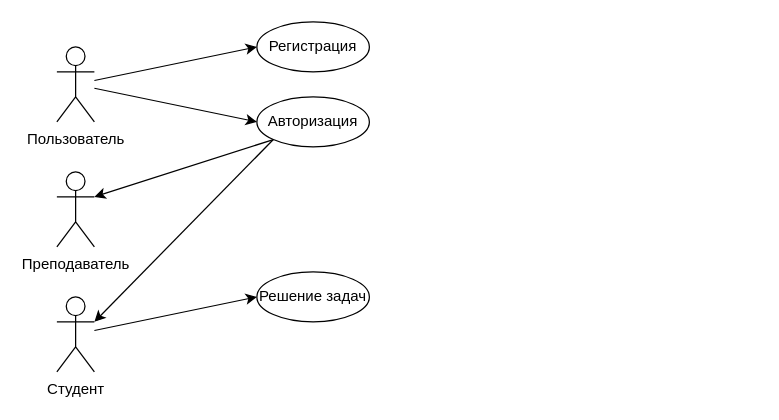
This is UseCase.drawio from RyanGoosling/ProektTP, a draw.io file, before an edit. Source tidied: cells renumbered, new cells numbered last; positions are measured from the earlier drawing's top-left corner, leaving out a move shared by most shapes. Both pictures are drawn from the tidied source at 125%, with x=0, y=0 at pixel (56, 21).
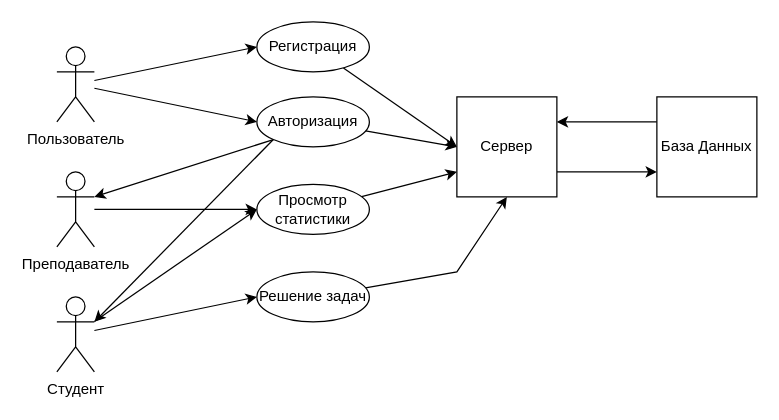
The same page after the edit.

Unchanged cells that the change refers to:
```xml
<mxCell id="5" value="Преподаватель" style="shape=umlActor;verticalLabelPosition=bottom;verticalAlign=top;html=1;outlineConnect=0;" parent="1" vertex="1">
  <mxGeometry y="120" width="30" height="60" as="geometry" />
</mxCell>
<mxCell id="7" value="Студент" style="shape=umlActor;verticalLabelPosition=bottom;verticalAlign=top;html=1;outlineConnect=0;" parent="1" vertex="1">
  <mxGeometry y="220" width="30" height="60" as="geometry" />
</mxCell>
<mxCell id="10" value="Авторизация" style="ellipse;whiteSpace=wrap;html=1;" parent="1" vertex="1">
  <mxGeometry x="160" y="60" width="90" height="40" as="geometry" />
</mxCell>
<mxCell id="11" value="Регистрация" style="ellipse;whiteSpace=wrap;html=1;" parent="1" vertex="1">
  <mxGeometry x="160" width="90" height="40" as="geometry" />
</mxCell>
<mxCell id="12" value="Решение задач" style="ellipse;whiteSpace=wrap;html=1;" parent="1" vertex="1">
  <mxGeometry x="160" y="200" width="90" height="40" as="geometry" />
</mxCell>
```

Diff of the diagram source:
```diff
@@
+    <mxCell id="13" style="edgeStyle=none;rounded=0;jettySize=auto;html=1;entryX=0;entryY=0.5;entryDx=0;entryDy=0;" parent="1" edge="1" source="5" target="23">
+      <mxGeometry relative="1" as="geometry" />
+    </mxCell>
@@
+    <mxCell id="14" style="edgeStyle=none;rounded=0;jettySize=auto;html=1;" parent="1" edge="1" source="7">
+      <mxGeometry relative="1" as="geometry">
+        <mxPoint x="160" y="150" as="targetPoint" />
+      </mxGeometry>
+    </mxCell>
@@
+    <mxCell id="15" style="edgeStyle=none;rounded=0;jettySize=auto;html=1;entryX=0;entryY=0.5;entryDx=0;entryDy=0;" parent="1" edge="1" source="10" target="19">
+      <mxGeometry relative="1" as="geometry" />
+    </mxCell>
@@
+    <mxCell id="16" style="edgeStyle=none;rounded=0;jettySize=auto;html=1;entryX=0;entryY=0.5;entryDx=0;entryDy=0;" parent="1" edge="1" source="11" target="19">
+      <mxGeometry relative="1" as="geometry" />
+    </mxCell>
@@
+    <mxCell id="17" style="edgeStyle=none;rounded=0;jettySize=auto;html=1;entryX=0.5;entryY=1;entryDx=0;entryDy=0;" parent="1" edge="1" source="12" target="19">
+      <mxGeometry relative="1" as="geometry">
+        <Array as="points">
+          <mxPoint x="320" y="200" />
+        </Array>
+      </mxGeometry>
+    </mxCell>
@@
+    <mxCell id="18" style="edgeStyle=none;rounded=0;jettySize=auto;html=1;exitX=1;exitY=0.75;exitDx=0;exitDy=0;entryX=0;entryY=0.75;entryDx=0;entryDy=0;" parent="1" edge="1" source="19" target="21">
+      <mxGeometry relative="1" as="geometry" />
+    </mxCell>
+    <mxCell id="19" value="Сервер" style="whiteSpace=wrap;html=1;" parent="1" vertex="1">
+      <mxGeometry x="320" y="60" width="80" height="80" as="geometry" />
+    </mxCell>
+    <mxCell id="20" style="edgeStyle=none;rounded=0;jettySize=auto;html=1;exitX=0;exitY=0.25;exitDx=0;exitDy=0;entryX=1;entryY=0.25;entryDx=0;entryDy=0;" parent="1" edge="1" source="21" target="19">
+      <mxGeometry relative="1" as="geometry" />
+    </mxCell>
+    <mxCell id="21" value="База Данных" style="whiteSpace=wrap;html=1;" parent="1" vertex="1">
+      <mxGeometry x="480" y="60" width="80" height="80" as="geometry" />
+    </mxCell>
+    <mxCell id="22" style="edgeStyle=none;rounded=0;jettySize=auto;html=1;entryX=0;entryY=0.75;entryDx=0;entryDy=0;" parent="1" edge="1" source="23" target="19">
+      <mxGeometry relative="1" as="geometry" />
+    </mxCell>
+    <mxCell id="23" value="Просмотр статистики" style="ellipse;whiteSpace=wrap;html=1;" parent="1" vertex="1">
+      <mxGeometry x="160" y="130" width="90" height="40" as="geometry" />
+    </mxCell>
```
